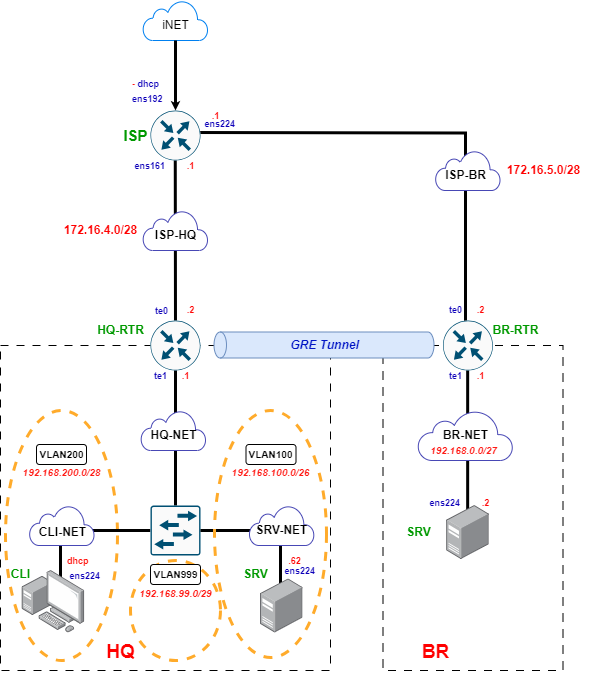
Flicks1383/Demo2025_debian keeps this draw.io diagram as Module1/Диаграмма без названия.drawio.png. Above is the earlier version. Source tidied: cells renumbered, new cells last; positions are measured from the earlier drawing's top-left corner, leaving out a move shared by most shapes.
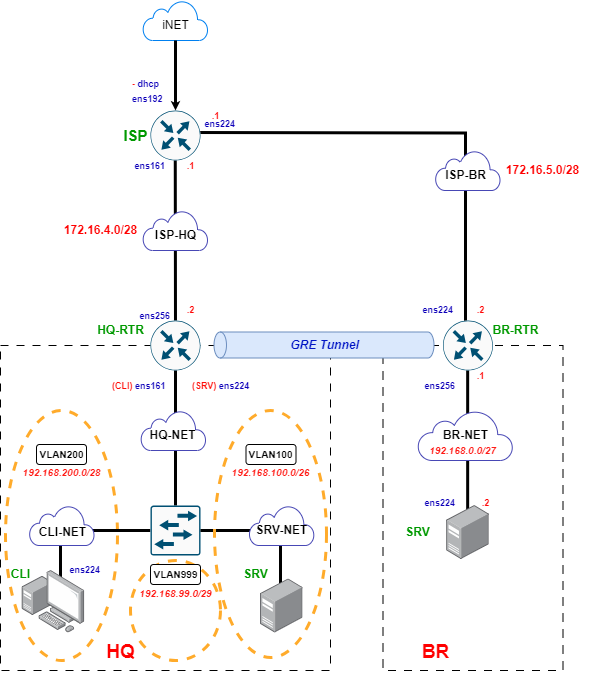
Later version of the same file.

Commit message:
Топология(Основа)

What changed in the source:
```diff
@@ -62,9 +62,6 @@
     <mxCell id="16" style="sketch=0;verticalLabelPosition=bottom;html=1;verticalAlign=top;align=center;shape=mxgraph.cisco19.rect;prIcon=router;fillColor=#FAFAFA;strokeColor=#005073;" parent="1" vertex="1">
       <mxGeometry x="150" y="320" width="50" height="50" as="geometry" />
     </mxCell>
-    <mxCell id="17" value="&lt;font style=&quot;color: rgb(13, 0, 185); font-size: 9px;&quot;&gt;&lt;b style=&quot;&quot;&gt;te0&lt;/b&gt;&lt;/font&gt;" style="text;html=1;align=center;verticalAlign=middle;strokeColor=none;fillColor=none;" parent="1" vertex="1">
-      <mxGeometry x="140.5" y="295" width="40" height="30" as="geometry" />
-    </mxCell>
     <mxCell id="18" value="&lt;b&gt;&lt;font style=&quot;color: rgb(0, 153, 0);&quot;&gt;HQ-RTR&lt;/font&gt;&lt;/b&gt;" style="text;html=1;align=center;verticalAlign=middle;strokeColor=none;fillColor=none;" parent="1" vertex="1">
       <mxGeometry x="85" y="315" width="70" height="30" as="geometry" />
     </mxCell>
@@ -74,9 +71,6 @@
     <mxCell id="20" value="&lt;b&gt;&lt;font style=&quot;color: rgb(0, 153, 0);&quot;&gt;BR-RTR&lt;/font&gt;&lt;/b&gt;" style="text;html=1;align=center;verticalAlign=middle;strokeColor=none;fillColor=none;" parent="1" vertex="1">
       <mxGeometry x="480" y="315" width="70" height="30" as="geometry" />
     </mxCell>
-    <mxCell id="21" value="&lt;b&gt;&lt;font style=&quot;color: rgb(13, 0, 185); font-size: 9px;&quot;&gt;te0&lt;/font&gt;&lt;/b&gt;" style="text;html=1;align=center;verticalAlign=middle;strokeColor=none;fillColor=none;" parent="1" vertex="1">
-      <mxGeometry x="435" y="294" width="40" height="30" as="geometry" />
-    </mxCell>
     <mxCell id="22" style="html=1;verticalLabelPosition=bottom;align=center;labelBackgroundColor=#ffffff;verticalAlign=top;strokeWidth=1;strokeColor=#4848B5;shadow=0;dashed=0;shape=mxgraph.ios7.icons.cloud;" parent="1" vertex="1">
       <mxGeometry x="142.5" y="210" width="65" height="40" as="geometry" />
     </mxCell>
@@ -171,12 +165,6 @@
     <mxCell id="49" value="&lt;b&gt;SRV-NET&lt;/b&gt;" style="text;html=1;align=center;verticalAlign=middle;strokeColor=none;fillColor=none;" parent="1" vertex="1">
       <mxGeometry x="241.3" y="515" width="80" height="30" as="geometry" />
     </mxCell>
-    <mxCell id="50" value="&lt;b&gt;&lt;font style=&quot;color: rgb(13, 0, 185); font-size: 9px;&quot;&gt;te1&lt;/font&gt;&lt;/b&gt;" style="text;html=1;align=center;verticalAlign=middle;strokeColor=none;fillColor=none;" parent="1" vertex="1">
-      <mxGeometry x="435" y="360" width="40" height="30" as="geometry" />
-    </mxCell>
-    <mxCell id="51" value="&lt;font style=&quot;color: rgb(13, 0, 185); font-size: 9px;&quot;&gt;&lt;b style=&quot;&quot;&gt;te1&lt;/b&gt;&lt;/font&gt;" style="text;html=1;align=center;verticalAlign=middle;strokeColor=none;fillColor=none;" parent="1" vertex="1">
-      <mxGeometry x="140" y="360" width="40" height="30" as="geometry" />
-    </mxCell>
     <mxCell id="52" value="&lt;b&gt;&lt;font style=&quot;color: rgb(0, 153, 0);&quot;&gt;CLI&lt;/font&gt;&lt;/b&gt;" style="text;html=1;align=center;verticalAlign=middle;strokeColor=none;fillColor=none;" parent="1" vertex="1">
       <mxGeometry y="559" width="40" height="30" as="geometry" />
     </mxCell>
@@ -222,7 +210,7 @@
     <mxCell id="66" value="&lt;b&gt;&lt;i&gt;&lt;font style=&quot;color: rgb(255, 27, 22); font-size: 10px;&quot;&gt;192.168.0.0/27&lt;/font&gt;&lt;/i&gt;&lt;/b&gt;&lt;span style=&quot;color: rgba(0, 0, 0, 0); font-family: monospace; font-size: 0px; text-align: start;&quot;&gt;%3CmxGraphModel%3E%3Croot%3E%3CmxCell%20id%3D%220%22%2F%3E%3CmxCell%20id%3D%221%22%20parent%3D%220%22%2F%3E%3CmxCell%20id%3D%222%22%20value%3D%22%26lt%3Bb%26gt%3B%26lt%3Bi%26gt%3B%26lt%3Bfont%20style%3D%26quot%3Bcolor%3A%20rgb(255%2C%2027%2C%2022)%3B%20font-size%3A%2010px%3B%26quot%3B%26gt%3B192.168.100.0%2F26%26lt%3B%2Ffont%26gt%3B%26lt%3B%2Fi%26gt%3B%26lt%3B%2Fb%26gt%3B%22%20style%3D%22text%3Bhtml%3D1%3Balign%3Dcenter%3BverticalAlign%3Dmiddle%3Bresizable%3D0%3Bpoints%3D%5B%5D%3Bautosize%3D1%3BstrokeColor%3Dnone%3BfillColor%3Dnone%3B%22%20vertex%3D%221%22%20parent%3D%221%22%3E%3CmxGeometry%20x%3D%22331.5%22%20y%3D%22533%22%20width%3D%22100%22%20height%3D%2230%22%20as%3D%22geometry%22%2F%3E%3C%2FmxCell%3E%3C%2Froot%3E%3C%2FmxGraphModel%3E&lt;/span&gt;" style="text;html=1;align=center;verticalAlign=middle;strokeColor=none;fillColor=none;" parent="1" vertex="1">
       <mxGeometry x="417.5" y="435" width="90" height="30" as="geometry" />
     </mxCell>
-    <mxCell id="67" value="&lt;b style=&quot;color: rgb(255, 6, 6); font-size: 9px;&quot;&gt;.2&lt;/b&gt;" style="text;html=1;align=center;verticalAlign=middle;strokeColor=none;fillColor=none;" parent="1" vertex="1">
+    <mxCell id="67" value="&lt;font style=&quot;color: rgb(255, 6, 6); font-size: 9px;&quot;&gt;&lt;b style=&quot;&quot;&gt;.2&lt;/b&gt;&lt;/font&gt;" style="text;html=1;align=center;verticalAlign=middle;strokeColor=none;fillColor=none;" parent="1" vertex="1">
       <mxGeometry x="470" y="487" width="30" height="30" as="geometry" />
     </mxCell>
     <mxCell id="68" value="&lt;font style=&quot;color: rgb(255, 6, 6); font-size: 9px;&quot;&gt;&lt;b style=&quot;&quot;&gt;.1&lt;/b&gt;&lt;/font&gt;" style="text;html=1;align=center;verticalAlign=middle;strokeColor=none;fillColor=none;" parent="1" vertex="1">
@@ -237,20 +225,26 @@
     <mxCell id="71" value="&lt;b&gt;&lt;i&gt;&lt;font style=&quot;color: rgb(0, 20, 197);&quot;&gt;GRE Tunnel&lt;/font&gt;&lt;/i&gt;&lt;/b&gt;" style="text;html=1;align=center;verticalAlign=middle;strokeColor=none;fillColor=none;" parent="1" vertex="1">
       <mxGeometry x="278.5" y="329.5" width="90" height="30" as="geometry" />
     </mxCell>
-    <mxCell id="72" value="&lt;div&gt;&lt;b&gt;&lt;font style=&quot;font-size: 9px;&quot;&gt;&lt;font style=&quot;color: rgb(255, 13, 8);&quot;&gt;dhcp&lt;/font&gt;&lt;/font&gt;&lt;/b&gt;&lt;/div&gt;&lt;div&gt;&lt;b&gt;&lt;font style=&quot;font-size: 9px;&quot;&gt;&lt;font style=&quot;color: rgb(255, 13, 8);&quot;&gt;&amp;nbsp;&lt;/font&gt;&lt;font style=&quot;color: rgb(13, 0, 185);&quot;&gt;ens224&lt;/font&gt;&lt;/font&gt;&lt;/b&gt;&lt;/div&gt;" style="text;html=1;align=left;verticalAlign=middle;strokeColor=none;fillColor=none;" parent="1" vertex="1">
-      <mxGeometry x="65" y="547" width="60" height="40" as="geometry" />
-    </mxCell>
-    <mxCell id="73" value="&lt;div&gt;&lt;b&gt;&lt;font style=&quot;font-size: 9px;&quot;&gt;&lt;font style=&quot;color: rgb(255, 13, 8);&quot;&gt;&amp;nbsp;&lt;/font&gt;&lt;font style=&quot;color: rgb(13, 0, 185);&quot;&gt;ens224&lt;/font&gt;&lt;/font&gt;&lt;/b&gt;&lt;/div&gt;" style="text;html=1;align=left;verticalAlign=middle;strokeColor=none;fillColor=none;" parent="1" vertex="1">
-      <mxGeometry x="280" y="555" width="60" height="30" as="geometry" />
-    </mxCell>
-    <mxCell id="74" value="&lt;div&gt;&lt;b&gt;&lt;font style=&quot;font-size: 9px;&quot;&gt;&lt;font style=&quot;color: rgb(255, 13, 8);&quot;&gt;&amp;nbsp;&lt;/font&gt;&lt;font style=&quot;color: rgb(13, 0, 185);&quot;&gt;ens224&lt;/font&gt;&lt;/font&gt;&lt;/b&gt;&lt;/div&gt;" style="text;html=1;align=left;verticalAlign=middle;strokeColor=none;fillColor=none;" parent="1" vertex="1">
-      <mxGeometry x="425" y="487" width="60" height="30" as="geometry" />
-    </mxCell>
-    <mxCell id="75" value="&lt;b style=&quot;color: rgb(255, 6, 6); font-size: 9px;&quot;&gt;.62&lt;/b&gt;" style="text;html=1;align=center;verticalAlign=middle;strokeColor=none;fillColor=none;" parent="1" vertex="1">
-      <mxGeometry x="273.8" y="545" width="40" height="30" as="geometry" />
-    </mxCell>
-    <mxCell id="76" value="&lt;font style=&quot;color: rgb(255, 6, 6); font-size: 9px;&quot;&gt;&lt;b style=&quot;&quot;&gt;.1&lt;/b&gt;&lt;/font&gt;" style="text;html=1;align=center;verticalAlign=middle;strokeColor=none;fillColor=none;" parent="1" vertex="1">
-      <mxGeometry x="170" y="359.5" width="30" height="30" as="geometry" />
-    </mxCell>
+    <mxCell id="77" value="&lt;div&gt;&lt;b&gt;&lt;font style=&quot;font-size: 9px;&quot;&gt;&lt;font style=&quot;color: rgb(255, 13, 8);&quot;&gt;&amp;nbsp;&lt;/font&gt;&lt;font style=&quot;color: rgb(13, 0, 185);&quot;&gt;ens256&lt;/font&gt;&lt;/font&gt;&lt;/b&gt;&lt;/div&gt;" style="text;html=1;align=left;verticalAlign=middle;strokeColor=none;fillColor=none;" parent="1" vertex="1">
+      <mxGeometry x="135" y="299.5" width="60" height="30" as="geometry" />
+    </mxCell>
+    <mxCell id="78" value="&lt;div&gt;&lt;b&gt;&lt;font style=&quot;font-size: 9px;&quot;&gt;&lt;font style=&quot;color: rgb(255, 13, 8);&quot;&gt;(SRV)&amp;nbsp;&lt;/font&gt;&lt;font style=&quot;color: rgb(13, 0, 185);&quot;&gt;ens224&lt;/font&gt;&lt;/font&gt;&lt;/b&gt;&lt;/div&gt;" style="text;html=1;align=left;verticalAlign=middle;strokeColor=none;fillColor=none;" parent="1" vertex="1">
+      <mxGeometry x="190" y="370" width="80" height="30" as="geometry" />
+    </mxCell>
+    <mxCell id="79" value="&lt;div&gt;&lt;b&gt;&lt;font style=&quot;font-size: 9px;&quot;&gt;&lt;font style=&quot;color: rgb(255, 13, 8);&quot;&gt;(CLI)&amp;nbsp;&lt;/font&gt;&lt;font style=&quot;color: rgb(13, 0, 185);&quot;&gt;ens161&lt;/font&gt;&lt;/font&gt;&lt;/b&gt;&lt;/div&gt;" style="text;html=1;align=left;verticalAlign=middle;strokeColor=none;fillColor=none;" parent="1" vertex="1">
+      <mxGeometry x="110" y="370" width="80" height="30" as="geometry" />
+    </mxCell>
+    <mxCell id="80" value="&lt;div&gt;&lt;b&gt;&lt;font style=&quot;font-size: 9px;&quot;&gt;&lt;font style=&quot;color: rgb(255, 13, 8);&quot;&gt;&amp;nbsp;&lt;/font&gt;&lt;font style=&quot;color: rgb(13, 0, 185);&quot;&gt;ens224&lt;/font&gt;&lt;/font&gt;&lt;/b&gt;&lt;/div&gt;" style="text;html=1;align=left;verticalAlign=middle;strokeColor=none;fillColor=none;" parent="1" vertex="1">
+      <mxGeometry x="65" y="554" width="60" height="30" as="geometry" />
+    </mxCell>
+    <mxCell id="81" value="&lt;div&gt;&lt;b&gt;&lt;font style=&quot;font-size: 9px;&quot;&gt;&lt;font style=&quot;color: rgb(255, 13, 8);&quot;&gt;&amp;nbsp;&lt;/font&gt;&lt;font style=&quot;color: rgb(13, 0, 185);&quot;&gt;ens224&lt;/font&gt;&lt;/font&gt;&lt;/b&gt;&lt;/div&gt;" style="text;html=1;align=left;verticalAlign=middle;strokeColor=none;fillColor=none;" parent="1" vertex="1">
+      <mxGeometry x="420" y="487" width="60" height="30" as="geometry" />
+    </mxCell>
+    <mxCell id="82" value="&lt;div&gt;&lt;b&gt;&lt;font style=&quot;font-size: 9px;&quot;&gt;&lt;font style=&quot;color: rgb(255, 13, 8);&quot;&gt;&amp;nbsp;&lt;/font&gt;&lt;font style=&quot;color: rgb(13, 0, 185);&quot;&gt;ens256&lt;/font&gt;&lt;/font&gt;&lt;/b&gt;&lt;/div&gt;" style="text;html=1;align=left;verticalAlign=middle;strokeColor=none;fillColor=none;" parent="1" vertex="1">
+      <mxGeometry x="420" y="370" width="60" height="30" as="geometry" />
+    </mxCell>
+    <mxCell id="83" value="&lt;div&gt;&lt;b&gt;&lt;font style=&quot;font-size: 9px;&quot;&gt;&lt;font style=&quot;color: rgb(255, 13, 8);&quot;&gt;&amp;nbsp;&lt;/font&gt;&lt;font style=&quot;color: rgb(13, 0, 185);&quot;&gt;ens224&lt;/font&gt;&lt;/font&gt;&lt;/b&gt;&lt;/div&gt;" style="text;html=1;align=left;verticalAlign=middle;strokeColor=none;fillColor=none;" parent="1" vertex="1">
+      <mxGeometry x="417.5" y="294" width="60" height="30" as="geometry" />
+    </mxCell>
   </root>
 </mxGraphModel>
```
